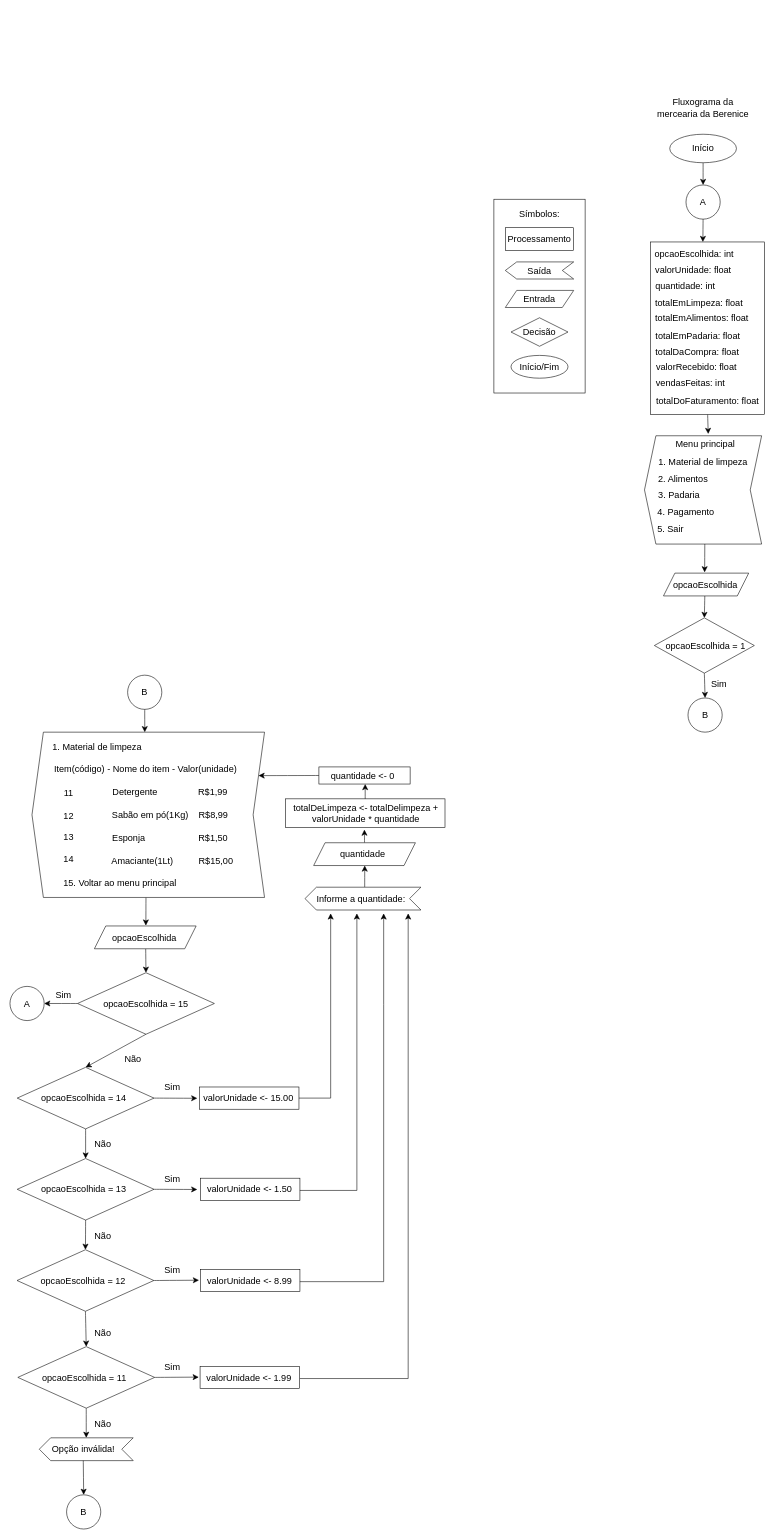
gabrielruizmb/berenice-grocery keeps this draw.io diagram as docs/berenice-flowchart.drawio. Above is the earlier version. Source tidied: cells renumbered, new cells numbered last; positions are measured from the earlier drawing's top-left corner, leaving out a move shared by most shapes. Both pictures are drawn from the tidied source at 57%, with x=0, y=0 at pixel (10, 99).
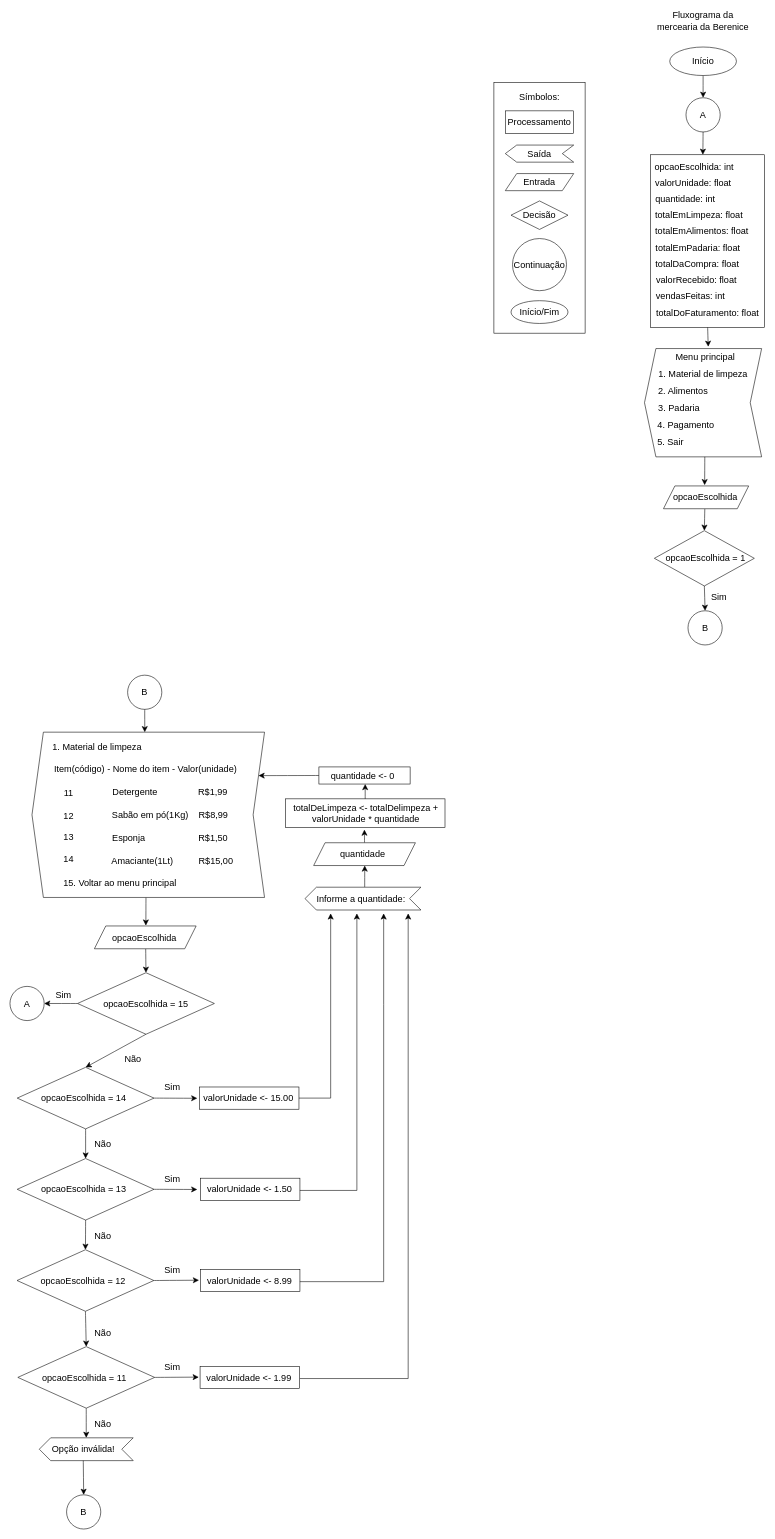
The same diagram, later.

What changed in the source:
```diff
@@
     <mxCell id="3" style="whiteSpace=wrap;html=1;" parent="1" vertex="1">
-      <mxGeometry x="1124" y="250" width="200" height="303" as="geometry" />
+      <mxGeometry x="1124" y="97" width="200" height="303" as="geometry" />
     </mxCell>
@@
     <mxCell id="16" style="rounded=0;whiteSpace=wrap;html=1;" parent="1" vertex="1">
-      <mxGeometry x="849" y="175" width="160" height="340" as="geometry" />
+      <mxGeometry x="849" y="-30" width="160" height="440" as="geometry" />
     </mxCell>
     <mxCell id="17" value="Fluxograma da mercearia da Berenice" style="text;strokeColor=none;fillColor=none;html=1;align=center;verticalAlign=middle;whiteSpace=wrap;rounded=0;fontSize=16;" parent="1" vertex="1">
-      <mxGeometry x="1130.5" width="170" height="30" as="geometry" />
+      <mxGeometry x="1130.5" y="-153" width="170" height="30" as="geometry" />
     </mxCell>
     <mxCell id="18" style="shape=step;perimeter=stepPerimeter;whiteSpace=wrap;html=1;fixedSize=1;direction=west;" parent="1" vertex="1">
-      <mxGeometry x="1113.2" y="590" width="205.5" height="190" as="geometry" />
+      <mxGeometry x="1113.2" y="437" width="205.5" height="190" as="geometry" />
     </mxCell>
@@
     <mxCell id="20" style="ellipse;whiteSpace=wrap;html=1;" parent="1" vertex="1">
-      <mxGeometry x="1157.5" y="61" width="117" height="50" as="geometry" />
+      <mxGeometry x="1157.5" y="-92" width="117" height="50" as="geometry" />
     </mxCell>
     <mxCell id="21" value="Início" style="text;strokeColor=none;fillColor=none;html=1;align=center;verticalAlign=middle;whiteSpace=wrap;rounded=0;fontSize=16;" parent="1" vertex="1">
-      <mxGeometry x="1185.5" y="70" width="60" height="30" as="geometry" />
+      <mxGeometry x="1185.5" y="-83" width="60" height="30" as="geometry" />
     </mxCell>
     <mxCell id="22" value="Menu principal" style="text;strokeColor=none;fillColor=none;html=1;align=center;verticalAlign=middle;whiteSpace=wrap;rounded=0;fontSize=16;" parent="1" vertex="1">
-      <mxGeometry x="1164.5" y="590" width="110" height="30" as="geometry" />
+      <mxGeometry x="1164.5" y="437" width="110" height="30" as="geometry" />
     </mxCell>
     <mxCell id="23" value="1. Material de limpeza" style="text;strokeColor=none;fillColor=none;html=1;align=center;verticalAlign=middle;whiteSpace=wrap;rounded=0;fontSize=16;" parent="1" vertex="1">
-      <mxGeometry x="1130.5" y="620" width="170" height="30" as="geometry" />
+      <mxGeometry x="1130.5" y="467" width="170" height="30" as="geometry" />
     </mxCell>
     <mxCell id="24" value="2. Alimentos" style="text;strokeColor=none;fillColor=none;html=1;align=center;verticalAlign=middle;whiteSpace=wrap;rounded=0;fontSize=16;" parent="1" vertex="1">
-      <mxGeometry x="1120.5" y="650" width="120" height="30" as="geometry" />
+      <mxGeometry x="1120.5" y="497" width="120" height="30" as="geometry" />
     </mxCell>
     <mxCell id="25" value="3. Padaria" style="text;strokeColor=none;fillColor=none;html=1;align=center;verticalAlign=middle;whiteSpace=wrap;rounded=0;fontSize=16;" parent="1" vertex="1">
-      <mxGeometry x="1128.5" y="679" width="90" height="30" as="geometry" />
+      <mxGeometry x="1128.5" y="526" width="90" height="30" as="geometry" />
     </mxCell>
     <mxCell id="26" value="4. Pagamento" style="text;strokeColor=none;fillColor=none;html=1;align=center;verticalAlign=middle;whiteSpace=wrap;rounded=0;fontSize=16;" parent="1" vertex="1">
-      <mxGeometry x="1120.5" y="709" width="130" height="30" as="geometry" />
+      <mxGeometry x="1120.5" y="556" width="130" height="30" as="geometry" />
     </mxCell>
     <mxCell id="27" value="5. Sair" style="text;strokeColor=none;fillColor=none;html=1;align=center;verticalAlign=middle;whiteSpace=wrap;rounded=0;fontSize=16;" parent="1" vertex="1">
-      <mxGeometry x="1128.5" y="739" width="60" height="30" as="geometry" />
+      <mxGeometry x="1128.5" y="586" width="60" height="30" as="geometry" />
     </mxCell>
     <mxCell id="28" style="rounded=0;whiteSpace=wrap;html=1;" parent="1" vertex="1">
-      <mxGeometry x="869" y="225" width="120" height="40" as="geometry" />
+      <mxGeometry x="869" y="20" width="120" height="40" as="geometry" />
     </mxCell>
     <mxCell id="29" value="Símbolos:" style="text;strokeColor=none;fillColor=none;html=1;align=center;verticalAlign=middle;whiteSpace=wrap;rounded=0;fontSize=16;" parent="1" vertex="1">
-      <mxGeometry x="899" y="185" width="60" height="30" as="geometry" />
+      <mxGeometry x="899" y="-20" width="60" height="30" as="geometry" />
     </mxCell>
     <mxCell id="30" value="Processamento" style="text;strokeColor=none;fillColor=none;html=1;align=center;verticalAlign=middle;whiteSpace=wrap;rounded=0;fontSize=16;" parent="1" vertex="1">
-      <mxGeometry x="899" y="230" width="60" height="30" as="geometry" />
+      <mxGeometry x="899" y="25" width="60" height="30" as="geometry" />
     </mxCell>
     <mxCell id="31" style="shape=step;perimeter=stepPerimeter;whiteSpace=wrap;html=1;fixedSize=1;direction=west;" parent="1" vertex="1">
-      <mxGeometry x="869" y="285" width="120" height="30" as="geometry" />
+      <mxGeometry x="869" y="80" width="120" height="30" as="geometry" />
     </mxCell>
     <mxCell id="32" value="Saída" style="text;strokeColor=none;fillColor=none;html=1;align=center;verticalAlign=middle;whiteSpace=wrap;rounded=0;fontSize=16;" parent="1" vertex="1">
-      <mxGeometry x="899" y="285" width="60" height="30" as="geometry" />
+      <mxGeometry x="899" y="80" width="60" height="30" as="geometry" />
     </mxCell>
     <mxCell id="33" style="shape=parallelogram;perimeter=parallelogramPerimeter;whiteSpace=wrap;html=1;fixedSize=1;" parent="1" vertex="1">
-      <mxGeometry x="869" y="335" width="120" height="30" as="geometry" />
+      <mxGeometry x="869" y="130" width="120" height="30" as="geometry" />
     </mxCell>
     <mxCell id="34" value="Entrada" style="text;strokeColor=none;fillColor=none;html=1;align=center;verticalAlign=middle;whiteSpace=wrap;rounded=0;fontSize=16;" parent="1" vertex="1">
-      <mxGeometry x="899" y="335" width="60" height="30" as="geometry" />
+      <mxGeometry x="899" y="130" width="60" height="30" as="geometry" />
     </mxCell>
     <mxCell id="35" style="rhombus;whiteSpace=wrap;html=1;" parent="1" vertex="1">
-      <mxGeometry x="879" y="383" width="100" height="50" as="geometry" />
+      <mxGeometry x="879" y="178" width="100" height="50" as="geometry" />
     </mxCell>
     <mxCell id="36" value="Decisão" style="text;strokeColor=none;fillColor=none;html=1;align=center;verticalAlign=middle;whiteSpace=wrap;rounded=0;fontSize=16;" parent="1" vertex="1">
-      <mxGeometry x="899" y="393" width="60" height="30" as="geometry" />
+      <mxGeometry x="899" y="188" width="60" height="30" as="geometry" />
     </mxCell>
     <mxCell id="37" style="ellipse;whiteSpace=wrap;html=1;" parent="1" vertex="1">
-      <mxGeometry x="879" y="449" width="100" height="40" as="geometry" />
+      <mxGeometry x="879" y="353" width="100" height="40" as="geometry" />
     </mxCell>
     <mxCell id="38" value="Início/Fim" style="text;strokeColor=none;fillColor=none;html=1;align=center;verticalAlign=middle;whiteSpace=wrap;rounded=0;fontSize=16;" parent="1" vertex="1">
-      <mxGeometry x="899" y="454" width="60" height="30" as="geometry" />
+      <mxGeometry x="899" y="358" width="60" height="30" as="geometry" />
     </mxCell>
     <mxCell id="39" value="totalEmLimpeza: float" style="text;strokeColor=none;fillColor=none;html=1;align=center;verticalAlign=middle;whiteSpace=wrap;rounded=0;fontSize=16;" parent="1" vertex="1">
-      <mxGeometry x="1109.2" y="341" width="200" height="30" as="geometry" />
+      <mxGeometry x="1109.2" y="188" width="200" height="30" as="geometry" />
     </mxCell>
     <mxCell id="40" value="totalEmAlimentos: float" style="text;strokeColor=none;fillColor=none;html=1;align=center;verticalAlign=middle;whiteSpace=wrap;rounded=0;fontSize=16;" parent="1" vertex="1">
-      <mxGeometry x="1114.2" y="369" width="200" height="30" as="geometry" />
+      <mxGeometry x="1114.2" y="216" width="200" height="30" as="geometry" />
     </mxCell>
     <mxCell id="41" value="totalEmPadaria: float" style="text;strokeColor=none;fillColor=none;html=1;align=center;verticalAlign=middle;whiteSpace=wrap;rounded=0;fontSize=16;" parent="1" vertex="1">
-      <mxGeometry x="1107" y="399" width="200" height="30" as="geometry" />
+      <mxGeometry x="1107" y="246" width="200" height="30" as="geometry" />
     </mxCell>
     <mxCell id="42" value="totalDaCompra: float" style="text;strokeColor=none;fillColor=none;html=1;align=center;verticalAlign=middle;whiteSpace=wrap;rounded=0;fontSize=16;" parent="1" vertex="1">
-      <mxGeometry x="1106" y="427" width="200" height="30" as="geometry" />
+      <mxGeometry x="1106" y="274" width="200" height="30" as="geometry" />
     </mxCell>
     <mxCell id="43" value="valorRecebido: float" style="text;strokeColor=none;fillColor=none;html=1;align=center;verticalAlign=middle;whiteSpace=wrap;rounded=0;fontSize=16;" parent="1" vertex="1">
-      <mxGeometry x="1130.5" y="454" width="147.2" height="30" as="geometry" />
+      <mxGeometry x="1130.5" y="301" width="147.2" height="30" as="geometry" />
     </mxCell>
     <mxCell id="44" value="vendasFeitas: int" style="text;strokeColor=none;fillColor=none;html=1;align=center;verticalAlign=middle;whiteSpace=wrap;rounded=0;fontSize=16;" parent="1" vertex="1">
-      <mxGeometry x="1123.5" y="483" width="140" height="30" as="geometry" />
+      <mxGeometry x="1123.5" y="330" width="140" height="30" as="geometry" />
     </mxCell>
     <mxCell id="45" value="totalDoFaturamento: float" style="text;strokeColor=none;fillColor=none;html=1;align=center;verticalAlign=middle;whiteSpace=wrap;rounded=0;fontSize=16;" parent="1" vertex="1">
-      <mxGeometry x="1131.1" y="513" width="185.8" height="30" as="geometry" />
+      <mxGeometry x="1131.1" y="360" width="185.8" height="30" as="geometry" />
     </mxCell>
@@
     <mxCell id="47" style="shape=parallelogram;perimeter=parallelogramPerimeter;whiteSpace=wrap;html=1;fixedSize=1;" parent="1" vertex="1">
-      <mxGeometry x="1146.5" y="831" width="149.5" height="40" as="geometry" />
+      <mxGeometry x="1146.5" y="678" width="149.5" height="40" as="geometry" />
     </mxCell>
     <mxCell id="48" value="opcaoEscolhida" style="text;strokeColor=none;fillColor=none;html=1;align=center;verticalAlign=middle;whiteSpace=wrap;rounded=0;fontSize=16;" parent="1" vertex="1">
-      <mxGeometry x="1169.8" y="836" width="100" height="30" as="geometry" />
+      <mxGeometry x="1169.8" y="683" width="100" height="30" as="geometry" />
     </mxCell>
     <mxCell id="49" style="edgeStyle=none;curved=1;rounded=0;orthogonalLoop=1;jettySize=auto;html=1;exitX=0.5;exitY=0;exitDx=0;exitDy=0;entryX=0.468;entryY=-0.007;entryDx=0;entryDy=0;entryPerimeter=0;fontSize=12;startSize=8;endSize=8;" parent="1" edge="1">
       <mxGeometry relative="1" as="geometry">
-        <mxPoint x="1219" y="780" as="sourcePoint" />
-        <mxPoint x="1218.7" y="829.6" as="targetPoint" />
+        <mxPoint x="1219" y="627" as="sourcePoint" />
+        <mxPoint x="1218.7" y="676.6" as="targetPoint" />
       </mxGeometry>
     </mxCell>
@@
     <mxCell id="51" style="rhombus;whiteSpace=wrap;html=1;" parent="1" vertex="1">
-      <mxGeometry x="1130.5" y="909.5" width="175.4" height="97" as="geometry" />
+      <mxGeometry x="1130.5" y="756.5" width="175.4" height="97" as="geometry" />
     </mxCell>
     <mxCell id="52" value="opcaoEscolhida = 1" style="text;strokeColor=none;fillColor=none;html=1;align=center;verticalAlign=middle;whiteSpace=wrap;rounded=0;fontSize=16;" parent="1" vertex="1">
-      <mxGeometry x="1148.7" y="943" width="143.2" height="30" as="geometry" />
+      <mxGeometry x="1148.7" y="790" width="143.2" height="30" as="geometry" />
     </mxCell>
@@
     <mxCell id="74" value="opcaoEscolhida: int" style="text;strokeColor=none;fillColor=none;html=1;align=center;verticalAlign=middle;whiteSpace=wrap;rounded=0;fontSize=16;" parent="1" vertex="1">
-      <mxGeometry x="1127.2" y="256" width="147.2" height="30" as="geometry" />
+      <mxGeometry x="1127.2" y="103" width="147.2" height="30" as="geometry" />
     </mxCell>
@@
     <mxCell id="106" value="valorUnidade: float" style="text;strokeColor=none;fillColor=none;html=1;align=center;verticalAlign=middle;whiteSpace=wrap;rounded=0;fontSize=16;" parent="1" vertex="1">
-      <mxGeometry x="1106" y="284" width="185.8" height="30" as="geometry" />
+      <mxGeometry x="1106" y="131" width="185.8" height="30" as="geometry" />
     </mxCell>
@@
     <mxCell id="108" value="quantidade: int" style="text;strokeColor=none;fillColor=none;html=1;align=center;verticalAlign=middle;whiteSpace=wrap;rounded=0;fontSize=16;" parent="1" vertex="1">
-      <mxGeometry x="1092" y="312" width="185.8" height="30" as="geometry" />
+      <mxGeometry x="1092" y="159" width="185.8" height="30" as="geometry" />
     </mxCell>
@@
     <mxCell id="118" style="ellipse;whiteSpace=wrap;html=1;" parent="1" vertex="1">
-      <mxGeometry x="1189.5" y="1050" width="60" height="60" as="geometry" />
+      <mxGeometry x="1189.5" y="897" width="60" height="60" as="geometry" />
     </mxCell>
     <mxCell id="119" value="B" style="text;strokeColor=none;fillColor=none;html=1;align=center;verticalAlign=middle;whiteSpace=wrap;rounded=0;fontSize=16;" parent="1" vertex="1">
-      <mxGeometry x="1189.5" y="1065" width="60" height="30" as="geometry" />
+      <mxGeometry x="1189.5" y="912" width="60" height="30" as="geometry" />
     </mxCell>
     <mxCell id="120" value="Sim" style="text;strokeColor=none;fillColor=none;html=1;align=center;verticalAlign=middle;whiteSpace=wrap;rounded=0;fontSize=16;" parent="1" vertex="1">
-      <mxGeometry x="1214" y="1010" width="60" height="30" as="geometry" />
+      <mxGeometry x="1214" y="857" width="60" height="30" as="geometry" />
     </mxCell>
@@
     <mxCell id="124" style="ellipse;whiteSpace=wrap;html=1;" parent="1" vertex="1">
-      <mxGeometry x="1186" y="150" width="60" height="60" as="geometry" />
+      <mxGeometry x="1186" y="-3" width="60" height="60" as="geometry" />
     </mxCell>
     <mxCell id="125" value="A" style="text;strokeColor=none;fillColor=none;html=1;align=center;verticalAlign=middle;whiteSpace=wrap;rounded=0;fontSize=16;" parent="1" vertex="1">
-      <mxGeometry x="1186" y="165" width="60" height="30" as="geometry" />
+      <mxGeometry x="1186" y="12" width="60" height="30" as="geometry" />
     </mxCell>
@@
+    <mxCell id="127" style="ellipse;whiteSpace=wrap;html=1;" parent="1" vertex="1">
+      <mxGeometry x="881.6" y="244" width="94.8" height="91.5" as="geometry" />
+    </mxCell>
+    <mxCell id="128" value="Continuação" style="text;strokeColor=none;fillColor=none;html=1;align=center;verticalAlign=middle;whiteSpace=wrap;rounded=0;fontSize=16;" parent="1" vertex="1">
+      <mxGeometry x="889.4" y="275.5" width="80" height="30" as="geometry" />
+    </mxCell>
```
